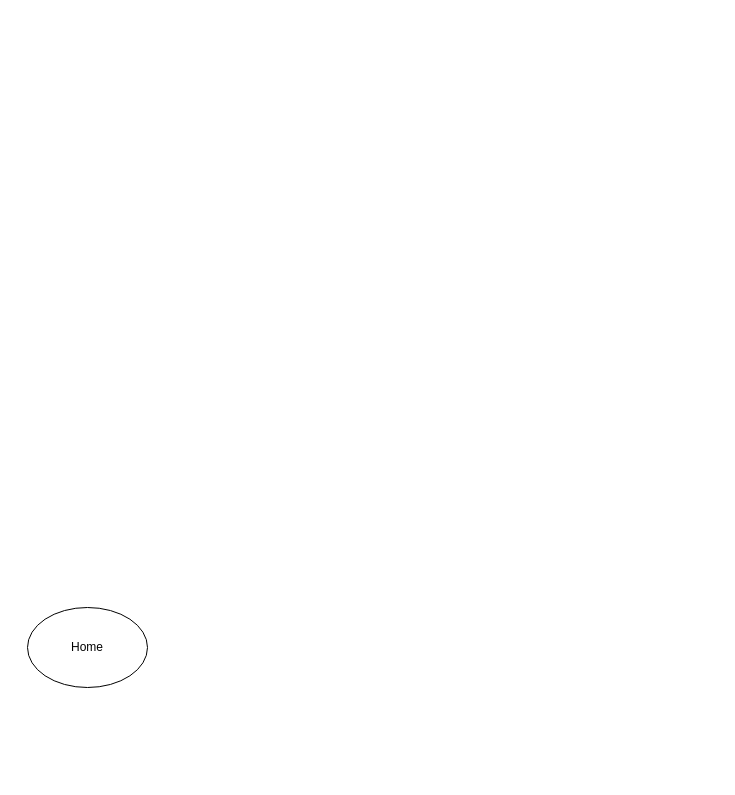
This is database&flowchart.drawio from AsticeX/-_-_1630901328, a draw.io file, before an edit. Source tidied: cells renumbered, new cells numbered last; positions are measured from the earlier drawing's top-left corner, leaving out a move shared by most shapes. Both pictures are drawn from the tidied source at 100%, with x=0, y=0 at pixel (27, 607).
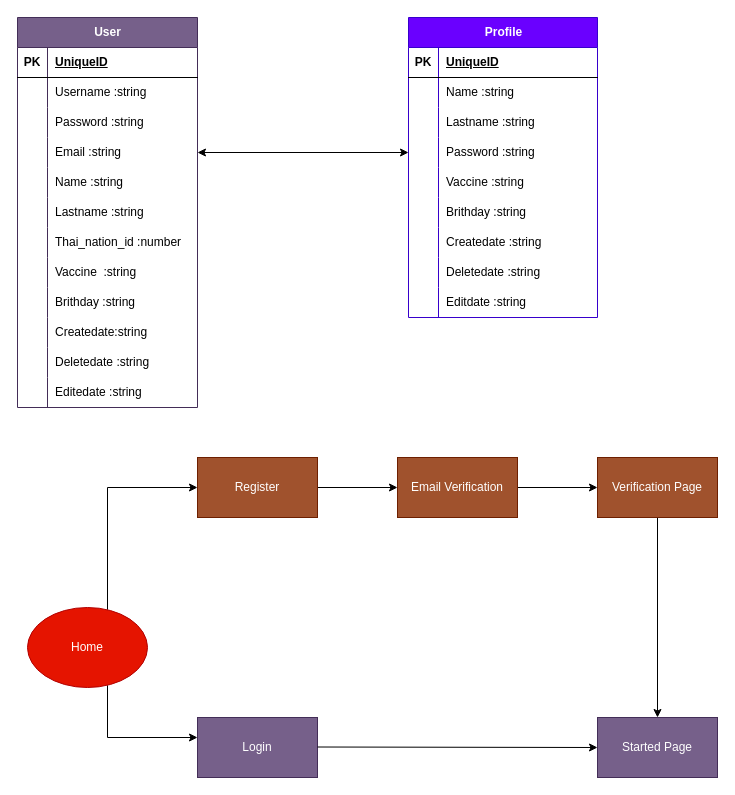
The same diagram, later.

What changed in the source:
```diff
@@
+    <mxCell id="3" style="edgeStyle=orthogonalEdgeStyle;rounded=0;jettySize=auto;html=1;" parent="1" edge="1" source="2" target="6">
+      <mxGeometry relative="1" as="geometry">
+        <Array as="points">
+          <mxPoint x="80" y="-120" />
+        </Array>
+      </mxGeometry>
+    </mxCell>
+    <mxCell id="4" style="edgeStyle=orthogonalEdgeStyle;rounded=0;jettySize=auto;html=1;" parent="1" edge="1" source="2" target="7">
+      <mxGeometry relative="1" as="geometry">
+        <Array as="points">
+          <mxPoint x="80" y="130" />
+          <mxPoint x="230" y="130" />
+          <mxPoint x="230" y="120" />
+        </Array>
+      </mxGeometry>
+    </mxCell>
-    <mxCell id="2" value="Home" style="ellipse;whiteSpace=wrap;html=1;" parent="1" vertex="1">
+    <mxCell id="2" value="Home" style="ellipse;whiteSpace=wrap;html=1;fillColor=#e51400;fontColor=#ffffff;strokeColor=#B20000;" parent="1" vertex="1">
       <mxGeometry width="120" height="80" as="geometry" />
     </mxCell>
+    <mxCell id="5" style="edgeStyle=orthogonalEdgeStyle;rounded=0;jettySize=auto;html=1;" parent="1" edge="1" source="6" target="9">
+      <mxGeometry relative="1" as="geometry" />
+    </mxCell>
+    <mxCell id="6" value="Register" style="whiteSpace=wrap;html=1;fillColor=#a0522d;fontColor=#ffffff;strokeColor=#6D1F00;" parent="1" vertex="1">
+      <mxGeometry x="170" y="-150" width="120" height="60" as="geometry" />
+    </mxCell>
+    <mxCell id="7" value="Login" style="whiteSpace=wrap;html=1;fillColor=#76608a;fontColor=#ffffff;strokeColor=#432D57;" parent="1" vertex="1">
+      <mxGeometry x="170" y="110" width="120" height="60" as="geometry" />
+    </mxCell>
+    <mxCell id="8" style="edgeStyle=orthogonalEdgeStyle;rounded=0;jettySize=auto;html=1;" parent="1" edge="1" source="9" target="11">
+      <mxGeometry relative="1" as="geometry" />
+    </mxCell>
+    <mxCell id="9" value="Email&amp;nbsp;Verification" style="whiteSpace=wrap;html=1;fillColor=#a0522d;fontColor=#ffffff;strokeColor=#6D1F00;" parent="1" vertex="1">
+      <mxGeometry x="370" y="-150" width="120" height="60" as="geometry" />
+    </mxCell>
+    <mxCell id="10" style="edgeStyle=orthogonalEdgeStyle;rounded=0;jettySize=auto;html=1;" parent="1" edge="1" source="11" target="12">
+      <mxGeometry relative="1" as="geometry" />
+    </mxCell>
+    <mxCell id="11" value="Verification Page" style="whiteSpace=wrap;html=1;fillColor=#a0522d;fontColor=#ffffff;strokeColor=#6D1F00;" parent="1" vertex="1">
+      <mxGeometry x="570" y="-150" width="120" height="60" as="geometry" />
+    </mxCell>
+    <mxCell id="12" value="Started Page" style="whiteSpace=wrap;html=1;fillColor=#76608a;fontColor=#ffffff;strokeColor=#432D57;" parent="1" vertex="1">
+      <mxGeometry x="570" y="110" width="120" height="60" as="geometry" />
+    </mxCell>
+    <mxCell id="13" style="endArrow=classic;html=1;rounded=0;entryX=0;entryY=0.5;entryDx=0;entryDy=0;" parent="1" edge="1" target="12">
+      <mxGeometry relative="1" as="geometry">
+        <mxPoint x="290" y="139.5" as="sourcePoint" />
+      </mxGeometry>
+    </mxCell>
+    <mxCell id="14" value="User" style="shape=table;startSize=30;childLayout=tableLayout;rowLines=0;fontStyle=1;align=center;html=1;fillColor=#76608a;fontColor=#ffffff;strokeColor=#432D57;" parent="1" vertex="1">
+      <mxGeometry x="-10" y="-590" width="180" height="390" as="geometry" />
+    </mxCell>
+    <mxCell id="15" style="shape=tableRow;horizontal=0;startSize=0;swimlaneHead=0;swimlaneBody=0;fillColor=none;top=0;left=0;right=0;bottom=1;" parent="14" vertex="1">
+      <mxGeometry y="30" width="180" height="30" as="geometry" />
+    </mxCell>
+    <mxCell id="16" value="PK" style="shape=partialRectangle;fillColor=none;top=0;left=0;bottom=0;right=0;fontStyle=1;overflow=hidden;whiteSpace=wrap;html=1;" parent="15" vertex="1">
+      <mxGeometry width="30" height="30" as="geometry" />
+    </mxCell>
+    <mxCell id="17" value="UniqueID" style="shape=partialRectangle;fillColor=none;top=0;left=0;bottom=0;right=0;align=left;spacingLeft=6;fontStyle=5;overflow=hidden;whiteSpace=wrap;html=1;" parent="15" vertex="1">
+      <mxGeometry x="30" width="150" height="30" as="geometry" />
+    </mxCell>
+    <mxCell id="18" style="shape=tableRow;horizontal=0;startSize=0;swimlaneHead=0;swimlaneBody=0;fillColor=none;top=0;left=0;right=0;bottom=0;" parent="14" vertex="1">
+      <mxGeometry y="60" width="180" height="30" as="geometry" />
+    </mxCell>
+    <mxCell id="19" style="shape=partialRectangle;fillColor=none;top=0;left=0;bottom=0;right=0;overflow=hidden;whiteSpace=wrap;html=1;" parent="18" vertex="1">
+      <mxGeometry width="30" height="30" as="geometry" />
+    </mxCell>
+    <mxCell id="20" value="Username :string" style="shape=partialRectangle;fillColor=none;top=0;left=0;bottom=0;right=0;align=left;spacingLeft=6;overflow=hidden;whiteSpace=wrap;html=1;" parent="18" vertex="1">
+      <mxGeometry x="30" width="150" height="30" as="geometry" />
+    </mxCell>
+    <mxCell id="21" style="shape=tableRow;horizontal=0;startSize=0;swimlaneHead=0;swimlaneBody=0;fillColor=none;top=0;left=0;right=0;bottom=0;" parent="14" vertex="1">
+      <mxGeometry y="90" width="180" height="30" as="geometry" />
+    </mxCell>
+    <mxCell id="22" style="shape=partialRectangle;fillColor=none;top=0;left=0;bottom=0;right=0;overflow=hidden;whiteSpace=wrap;html=1;" parent="21" vertex="1">
+      <mxGeometry width="30" height="30" as="geometry" />
+    </mxCell>
+    <mxCell id="23" value="Password :string" style="shape=partialRectangle;fillColor=none;top=0;left=0;bottom=0;right=0;align=left;spacingLeft=6;overflow=hidden;whiteSpace=wrap;html=1;" parent="21" vertex="1">
+      <mxGeometry x="30" width="150" height="30" as="geometry" />
+    </mxCell>
+    <mxCell id="24" style="shape=tableRow;horizontal=0;startSize=0;swimlaneHead=0;swimlaneBody=0;fillColor=none;points=[[0,0.5],[1,0.5]];portConstraint=eastwest;top=0;left=0;right=0;bottom=0;" parent="14" vertex="1">
+      <mxGeometry y="120" width="180" height="30" as="geometry" />
+    </mxCell>
+    <mxCell id="25" style="shape=partialRectangle;fillColor=none;top=0;left=0;bottom=0;right=0;overflow=hidden;whiteSpace=wrap;html=1;" parent="24" vertex="1">
+      <mxGeometry width="30" height="30" as="geometry" />
+    </mxCell>
+    <mxCell id="26" value="Email :string" style="shape=partialRectangle;fillColor=none;top=0;left=0;bottom=0;right=0;align=left;spacingLeft=6;overflow=hidden;whiteSpace=wrap;html=1;" parent="24" vertex="1">
+      <mxGeometry x="30" width="150" height="30" as="geometry" />
+    </mxCell>
+    <mxCell id="27" style="shape=tableRow;horizontal=0;startSize=0;swimlaneHead=0;swimlaneBody=0;fillColor=none;top=0;left=0;right=0;bottom=0;" parent="14" vertex="1">
+      <mxGeometry y="150" width="180" height="30" as="geometry" />
+    </mxCell>
+    <mxCell id="28" style="shape=partialRectangle;fillColor=none;top=0;left=0;bottom=0;right=0;overflow=hidden;whiteSpace=wrap;html=1;" parent="27" vertex="1">
+      <mxGeometry width="30" height="30" as="geometry" />
+    </mxCell>
+    <mxCell id="29" value="Name :string" style="shape=partialRectangle;fillColor=none;top=0;left=0;bottom=0;right=0;align=left;spacingLeft=6;overflow=hidden;whiteSpace=wrap;html=1;" parent="27" vertex="1">
+      <mxGeometry x="30" width="150" height="30" as="geometry" />
+    </mxCell>
+    <mxCell id="30" style="shape=tableRow;horizontal=0;startSize=0;swimlaneHead=0;swimlaneBody=0;fillColor=none;top=0;left=0;right=0;bottom=0;" parent="14" vertex="1">
+      <mxGeometry y="180" width="180" height="30" as="geometry" />
+    </mxCell>
+    <mxCell id="31" style="shape=partialRectangle;fillColor=none;top=0;left=0;bottom=0;right=0;overflow=hidden;whiteSpace=wrap;html=1;" parent="30" vertex="1">
+      <mxGeometry width="30" height="30" as="geometry" />
+    </mxCell>
+    <mxCell id="32" value="Lastname :string" style="shape=partialRectangle;fillColor=none;top=0;left=0;bottom=0;right=0;align=left;spacingLeft=6;overflow=hidden;whiteSpace=wrap;html=1;" parent="30" vertex="1">
+      <mxGeometry x="30" width="150" height="30" as="geometry" />
+    </mxCell>
+    <mxCell id="33" style="shape=tableRow;horizontal=0;startSize=0;swimlaneHead=0;swimlaneBody=0;fillColor=none;top=0;left=0;right=0;bottom=0;" parent="14" vertex="1">
+      <mxGeometry y="210" width="180" height="30" as="geometry" />
+    </mxCell>
+    <mxCell id="34" style="shape=partialRectangle;fillColor=none;top=0;left=0;bottom=0;right=0;overflow=hidden;whiteSpace=wrap;html=1;" parent="33" vertex="1">
+      <mxGeometry width="30" height="30" as="geometry" />
+    </mxCell>
+    <mxCell id="35" value="Thai_nation_id :number" style="shape=partialRectangle;fillColor=none;top=0;left=0;bottom=0;right=0;align=left;spacingLeft=6;overflow=hidden;whiteSpace=wrap;html=1;" parent="33" vertex="1">
+      <mxGeometry x="30" width="150" height="30" as="geometry" />
+    </mxCell>
+    <mxCell id="36" style="shape=tableRow;horizontal=0;startSize=0;swimlaneHead=0;swimlaneBody=0;fillColor=none;top=0;left=0;right=0;bottom=0;" parent="14" vertex="1">
+      <mxGeometry y="240" width="180" height="30" as="geometry" />
+    </mxCell>
+    <mxCell id="37" style="shape=partialRectangle;fillColor=none;top=0;left=0;bottom=0;right=0;overflow=hidden;whiteSpace=wrap;html=1;" parent="36" vertex="1">
+      <mxGeometry width="30" height="30" as="geometry" />
+    </mxCell>
+    <mxCell id="38" value="Vaccine &amp;nbsp;:string" style="shape=partialRectangle;fillColor=none;top=0;left=0;bottom=0;right=0;align=left;spacingLeft=6;overflow=hidden;whiteSpace=wrap;html=1;" parent="36" vertex="1">
+      <mxGeometry x="30" width="150" height="30" as="geometry" />
+    </mxCell>
+    <mxCell id="39" style="shape=tableRow;horizontal=0;startSize=0;swimlaneHead=0;swimlaneBody=0;fillColor=none;top=0;left=0;right=0;bottom=0;" parent="14" vertex="1">
+      <mxGeometry y="270" width="180" height="30" as="geometry" />
+    </mxCell>
+    <mxCell id="40" style="shape=partialRectangle;fillColor=none;top=0;left=0;bottom=0;right=0;overflow=hidden;whiteSpace=wrap;html=1;" parent="39" vertex="1">
+      <mxGeometry width="30" height="30" as="geometry" />
+    </mxCell>
+    <mxCell id="41" value="Brithday :string" style="shape=partialRectangle;fillColor=none;top=0;left=0;bottom=0;right=0;align=left;spacingLeft=6;overflow=hidden;whiteSpace=wrap;html=1;" parent="39" vertex="1">
+      <mxGeometry x="30" width="150" height="30" as="geometry" />
+    </mxCell>
+    <mxCell id="42" style="shape=tableRow;horizontal=0;startSize=0;swimlaneHead=0;swimlaneBody=0;fillColor=none;top=0;left=0;right=0;bottom=0;" parent="14" vertex="1">
+      <mxGeometry y="300" width="180" height="30" as="geometry" />
+    </mxCell>
+    <mxCell id="43" style="shape=partialRectangle;fillColor=none;top=0;left=0;bottom=0;right=0;overflow=hidden;whiteSpace=wrap;html=1;" parent="42" vertex="1">
+      <mxGeometry width="30" height="30" as="geometry" />
+    </mxCell>
+    <mxCell id="44" value="Createdate:string" style="shape=partialRectangle;fillColor=none;top=0;left=0;bottom=0;right=0;align=left;spacingLeft=6;overflow=hidden;whiteSpace=wrap;html=1;" parent="42" vertex="1">
+      <mxGeometry x="30" width="150" height="30" as="geometry" />
+    </mxCell>
+    <mxCell id="45" style="shape=tableRow;horizontal=0;startSize=0;swimlaneHead=0;swimlaneBody=0;fillColor=none;top=0;left=0;right=0;bottom=0;" parent="14" vertex="1">
+      <mxGeometry y="330" width="180" height="30" as="geometry" />
+    </mxCell>
+    <mxCell id="46" style="shape=partialRectangle;fillColor=none;top=0;left=0;bottom=0;right=0;overflow=hidden;whiteSpace=wrap;html=1;" parent="45" vertex="1">
+      <mxGeometry width="30" height="30" as="geometry" />
+    </mxCell>
+    <mxCell id="47" value="Deletedate :string" style="shape=partialRectangle;fillColor=none;top=0;left=0;bottom=0;right=0;align=left;spacingLeft=6;overflow=hidden;whiteSpace=wrap;html=1;" parent="45" vertex="1">
+      <mxGeometry x="30" width="150" height="30" as="geometry" />
+    </mxCell>
+    <mxCell id="48" style="shape=tableRow;horizontal=0;startSize=0;swimlaneHead=0;swimlaneBody=0;fillColor=none;top=0;left=0;right=0;bottom=0;" parent="14" vertex="1">
+      <mxGeometry y="360" width="180" height="30" as="geometry" />
+    </mxCell>
+    <mxCell id="49" style="shape=partialRectangle;fillColor=none;top=0;left=0;bottom=0;right=0;overflow=hidden;whiteSpace=wrap;html=1;" parent="48" vertex="1">
+      <mxGeometry width="30" height="30" as="geometry" />
+    </mxCell>
+    <mxCell id="50" value="Editedate :string" style="shape=partialRectangle;fillColor=none;top=0;left=0;bottom=0;right=0;align=left;spacingLeft=6;overflow=hidden;whiteSpace=wrap;html=1;" parent="48" vertex="1">
+      <mxGeometry x="30" width="150" height="30" as="geometry" />
+    </mxCell>
+    <mxCell id="51" value="Profile" style="shape=table;startSize=30;childLayout=tableLayout;rowLines=0;fontStyle=1;align=center;html=1;fillColor=#6a00ff;fontColor=#ffffff;strokeColor=#3700CC;" parent="1" vertex="1">
+      <mxGeometry x="381" y="-590" width="189" height="300" as="geometry" />
+    </mxCell>
+    <mxCell id="52" style="shape=tableRow;horizontal=0;startSize=0;swimlaneHead=0;swimlaneBody=0;fillColor=none;top=0;left=0;right=0;bottom=1;" parent="51" vertex="1">
+      <mxGeometry y="30" width="189" height="30" as="geometry" />
+    </mxCell>
+    <mxCell id="53" value="PK" style="shape=partialRectangle;fillColor=none;top=0;left=0;bottom=0;right=0;fontStyle=1;overflow=hidden;whiteSpace=wrap;html=1;" parent="52" vertex="1">
+      <mxGeometry width="30" height="30" as="geometry" />
+    </mxCell>
+    <mxCell id="54" value="UniqueID" style="shape=partialRectangle;fillColor=none;top=0;left=0;bottom=0;right=0;align=left;spacingLeft=6;fontStyle=5;overflow=hidden;whiteSpace=wrap;html=1;" parent="52" vertex="1">
+      <mxGeometry x="30" width="159" height="30" as="geometry" />
+    </mxCell>
+    <mxCell id="55" style="shape=tableRow;horizontal=0;startSize=0;swimlaneHead=0;swimlaneBody=0;fillColor=none;top=0;left=0;right=0;bottom=0;" parent="51" vertex="1">
+      <mxGeometry y="60" width="189" height="30" as="geometry" />
+    </mxCell>
+    <mxCell id="56" style="shape=partialRectangle;fillColor=none;top=0;left=0;bottom=0;right=0;overflow=hidden;whiteSpace=wrap;html=1;" parent="55" vertex="1">
+      <mxGeometry width="30" height="30" as="geometry" />
+    </mxCell>
+    <mxCell id="57" value="Name :string" style="shape=partialRectangle;fillColor=none;top=0;left=0;bottom=0;right=0;align=left;spacingLeft=6;overflow=hidden;whiteSpace=wrap;html=1;" parent="55" vertex="1">
+      <mxGeometry x="30" width="159" height="30" as="geometry" />
+    </mxCell>
+    <mxCell id="58" style="shape=tableRow;horizontal=0;startSize=0;swimlaneHead=0;swimlaneBody=0;fillColor=none;top=0;left=0;right=0;bottom=0;" parent="51" vertex="1">
+      <mxGeometry y="90" width="189" height="30" as="geometry" />
+    </mxCell>
+    <mxCell id="59" style="shape=partialRectangle;fillColor=none;top=0;left=0;bottom=0;right=0;overflow=hidden;whiteSpace=wrap;html=1;" parent="58" vertex="1">
+      <mxGeometry width="30" height="30" as="geometry" />
+    </mxCell>
+    <mxCell id="60" value="Lastname :string" style="shape=partialRectangle;fillColor=none;top=0;left=0;bottom=0;right=0;align=left;spacingLeft=6;overflow=hidden;whiteSpace=wrap;html=1;" parent="58" vertex="1">
+      <mxGeometry x="30" width="159" height="30" as="geometry" />
+    </mxCell>
+    <mxCell id="61" style="shape=tableRow;horizontal=0;startSize=0;swimlaneHead=0;swimlaneBody=0;fillColor=none;points=[[0,0.5],[1,0.5]];portConstraint=eastwest;top=0;left=0;right=0;bottom=0;" parent="51" vertex="1">
+      <mxGeometry y="120" width="189" height="30" as="geometry" />
+    </mxCell>
+    <mxCell id="62" style="shape=partialRectangle;fillColor=none;top=0;left=0;bottom=0;right=0;overflow=hidden;whiteSpace=wrap;html=1;" parent="61" vertex="1">
+      <mxGeometry width="30" height="30" as="geometry" />
+    </mxCell>
+    <mxCell id="63" value="Password :string" style="shape=partialRectangle;fillColor=none;top=0;left=0;bottom=0;right=0;align=left;spacingLeft=6;overflow=hidden;whiteSpace=wrap;html=1;" parent="61" vertex="1">
+      <mxGeometry x="30" width="159" height="30" as="geometry" />
+    </mxCell>
+    <mxCell id="64" style="shape=tableRow;horizontal=0;startSize=0;swimlaneHead=0;swimlaneBody=0;fillColor=none;top=0;left=0;right=0;bottom=0;" parent="51" vertex="1">
+      <mxGeometry y="150" width="189" height="30" as="geometry" />
+    </mxCell>
+    <mxCell id="65" style="shape=partialRectangle;fillColor=none;top=0;left=0;bottom=0;right=0;overflow=hidden;whiteSpace=wrap;html=1;" parent="64" vertex="1">
+      <mxGeometry width="30" height="30" as="geometry" />
+    </mxCell>
+    <mxCell id="66" value="Vaccine :string" style="shape=partialRectangle;fillColor=none;top=0;left=0;bottom=0;right=0;align=left;spacingLeft=6;overflow=hidden;whiteSpace=wrap;html=1;" parent="64" vertex="1">
+      <mxGeometry x="30" width="159" height="30" as="geometry" />
+    </mxCell>
+    <mxCell id="67" style="shape=tableRow;horizontal=0;startSize=0;swimlaneHead=0;swimlaneBody=0;fillColor=none;top=0;left=0;right=0;bottom=0;" parent="51" vertex="1">
+      <mxGeometry y="180" width="189" height="30" as="geometry" />
+    </mxCell>
+    <mxCell id="68" style="shape=partialRectangle;fillColor=none;top=0;left=0;bottom=0;right=0;overflow=hidden;whiteSpace=wrap;html=1;" parent="67" vertex="1">
+      <mxGeometry width="30" height="30" as="geometry" />
+    </mxCell>
+    <mxCell id="69" value="Brithday :string" style="shape=partialRectangle;fillColor=none;top=0;left=0;bottom=0;right=0;align=left;spacingLeft=6;overflow=hidden;whiteSpace=wrap;html=1;" parent="67" vertex="1">
+      <mxGeometry x="30" width="159" height="30" as="geometry" />
+    </mxCell>
+    <mxCell id="70" style="shape=tableRow;horizontal=0;startSize=0;swimlaneHead=0;swimlaneBody=0;fillColor=none;top=0;left=0;right=0;bottom=0;" parent="51" vertex="1">
+      <mxGeometry y="210" width="189" height="30" as="geometry" />
+    </mxCell>
+    <mxCell id="71" style="shape=partialRectangle;fillColor=none;top=0;left=0;bottom=0;right=0;overflow=hidden;whiteSpace=wrap;html=1;" parent="70" vertex="1">
+      <mxGeometry width="30" height="30" as="geometry" />
+    </mxCell>
+    <mxCell id="72" value="Createdate :string" style="shape=partialRectangle;fillColor=none;top=0;left=0;bottom=0;right=0;align=left;spacingLeft=6;overflow=hidden;whiteSpace=wrap;html=1;" parent="70" vertex="1">
+      <mxGeometry x="30" width="159" height="30" as="geometry" />
+    </mxCell>
+    <mxCell id="73" style="shape=tableRow;horizontal=0;startSize=0;swimlaneHead=0;swimlaneBody=0;fillColor=none;top=0;left=0;right=0;bottom=0;" parent="51" vertex="1">
+      <mxGeometry y="240" width="189" height="30" as="geometry" />
+    </mxCell>
+    <mxCell id="74" style="shape=partialRectangle;fillColor=none;top=0;left=0;bottom=0;right=0;overflow=hidden;whiteSpace=wrap;html=1;" parent="73" vertex="1">
+      <mxGeometry width="30" height="30" as="geometry" />
+    </mxCell>
+    <mxCell id="75" value="Deletedate :string" style="shape=partialRectangle;fillColor=none;top=0;left=0;bottom=0;right=0;align=left;spacingLeft=6;overflow=hidden;whiteSpace=wrap;html=1;" parent="73" vertex="1">
+      <mxGeometry x="30" width="159" height="30" as="geometry" />
+    </mxCell>
+    <mxCell id="76" style="shape=tableRow;horizontal=0;startSize=0;swimlaneHead=0;swimlaneBody=0;fillColor=none;top=0;left=0;right=0;bottom=0;" parent="51" vertex="1">
+      <mxGeometry y="270" width="189" height="30" as="geometry" />
+    </mxCell>
+    <mxCell id="77" style="shape=partialRectangle;fillColor=none;top=0;left=0;bottom=0;right=0;overflow=hidden;whiteSpace=wrap;html=1;" parent="76" vertex="1">
+      <mxGeometry width="30" height="30" as="geometry" />
+    </mxCell>
+    <mxCell id="78" value="Editdate :string" style="shape=partialRectangle;fillColor=none;top=0;left=0;bottom=0;right=0;align=left;spacingLeft=6;overflow=hidden;whiteSpace=wrap;html=1;" parent="76" vertex="1">
+      <mxGeometry x="30" width="159" height="30" as="geometry" />
+    </mxCell>
+    <mxCell id="79" style="endArrow=classic;startArrow=classic;html=1;rounded=0;entryX=0;entryY=0.5;entryDx=0;entryDy=0;exitX=1;exitY=0.5;exitDx=0;exitDy=0;" parent="1" edge="1" source="24" target="61">
+      <mxGeometry relative="1" as="geometry" />
+    </mxCell>
```
